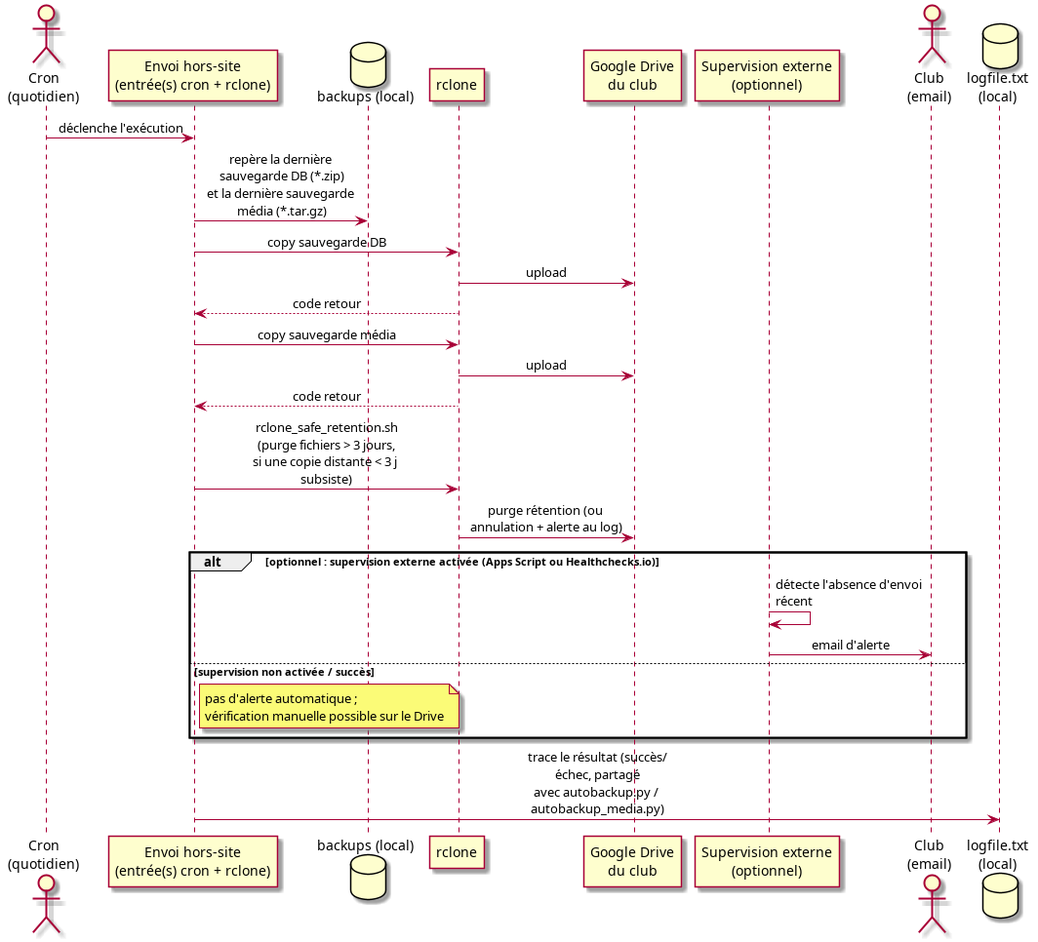
This is doc/design_notes/diagrams/sauvegarde_hors_site_flow.png from flub78/gvv, a PlantUML export, as it was before one commit. Its source is kept beside it as doc/design_notes/diagrams/sauvegarde_hors_site_flow.puml.
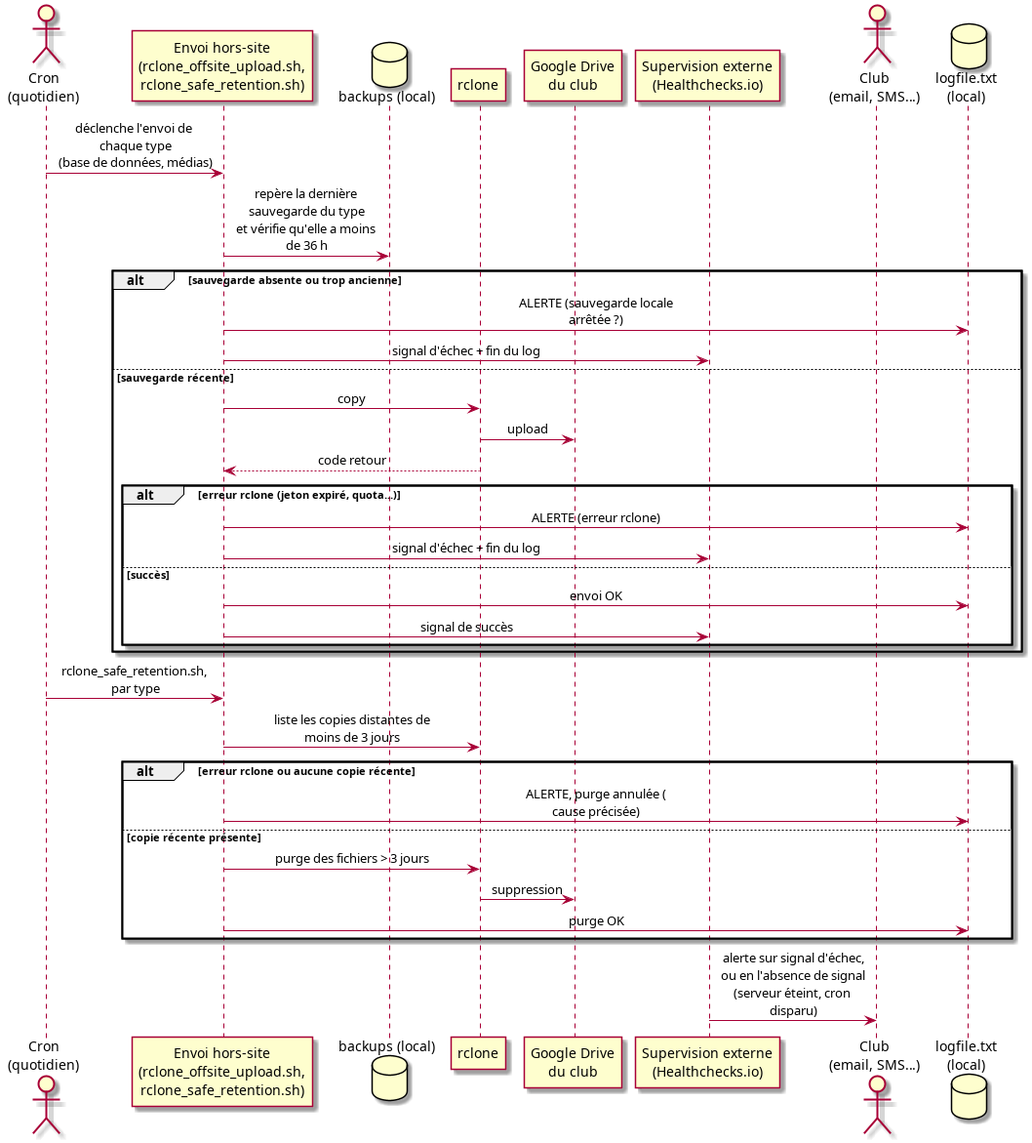
The same diagram one commit later.

Commit message:
Sauvegarde hors-site : script d'envoi supervisé et alertes

What changed in the source:
```diff
@@ -3,34 +3,42 @@
 skinparam maxMessageSize 160
 
 actor "Cron\n(quotidien)" as Cron
-participant "Envoi hors-site\n(entrée(s) cron + rclone)" as Script
+participant "Envoi hors-site\n(rclone_offsite_upload.sh,\nrclone_safe_retention.sh)" as Script
 database "backups (local)" as Local
 participant "rclone" as Rclone
 participant "Google Drive\ndu club" as Drive
-participant "Supervision externe\n(optionnel)" as Smtp
-actor "Club\n(email)" as Club
+participant "Supervision externe\n(Healthchecks.io)" as Smtp
+actor "Club\n(email, SMS…)" as Club
 database "logfile.txt\n(local)" as Log
 
-Cron -> Script : déclenche l'exécution
-Script -> Local : repère la dernière sauvegarde DB (*.zip)\net la dernière sauvegarde média (*.tar.gz)
-Script -> Rclone : copy sauvegarde DB
-Rclone -> Drive : upload
-Rclone --> Script : code retour
-
-Script -> Rclone : copy sauvegarde média
-Rclone -> Drive : upload
-Rclone --> Script : code retour
-
-Script -> Rclone : rclone_safe_retention.sh\n(purge fichiers > 3 jours,\nsi une copie distante < 3 j subsiste)
-Rclone -> Drive : purge rétention (ou annulation + alerte au log)
-
-alt optionnel : supervision externe activée (Apps Script ou Healthchecks.io)
-    Smtp -> Smtp : détecte l'absence d'envoi récent
-    Smtp -> Club : email d'alerte
-else supervision non activée / succès
-    note right of Script : pas d'alerte automatique ;\nvérification manuelle possible sur le Drive
+Cron -> Script : déclenche l'envoi de chaque type\n(base de données, médias)
+Script -> Local : repère la dernière sauvegarde du type\net vérifie qu'elle a moins de 36 h
+alt sauvegarde absente ou trop ancienne
+    Script -> Log : ALERTE (sauvegarde locale arrêtée ?)
+    Script -> Smtp : signal d'échec + fin du log
+else sauvegarde récente
+    Script -> Rclone : copy
+    Rclone -> Drive : upload
+    Rclone --> Script : code retour
+    alt erreur rclone (jeton expiré, quota…)
+        Script -> Log : ALERTE (erreur rclone)
+        Script -> Smtp : signal d'échec + fin du log
+    else succès
+        Script -> Log : envoi OK
+        Script -> Smtp : signal de succès
+    end
 end
 
-Script -> Log : trace le résultat (succès/échec, partagé\navec autobackup.py / autobackup_media.py)
+Cron -> Script : rclone_safe_retention.sh, par type
+Script -> Rclone : liste les copies distantes de moins de 3 jours
+alt erreur rclone ou aucune copie récente
+    Script -> Log : ALERTE, purge annulée (cause précisée)
+else copie récente présente
+    Script -> Rclone : purge des fichiers > 3 jours
+    Rclone -> Drive : suppression
+    Script -> Log : purge OK
+end
+
+Smtp -> Club : alerte sur signal d'échec,\nou en l'absence de signal\n(serveur éteint, cron disparu)
 
 @enduml
```
